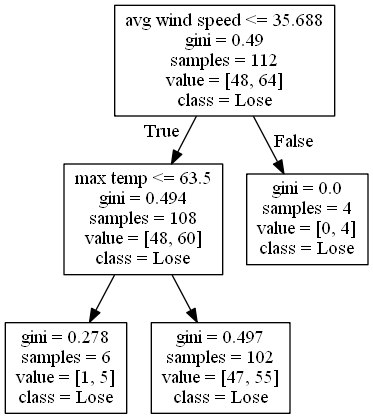
This is DecisionTrees/decision_tree_no_score_or_attendance_test_600.png from alexana-steck/CSE482Project, a Graphviz export, as it was before one commit. Its source is kept beside it as DecisionTrees/decision_tree_no_score_or_attendance_test_600.dot. Its diagram source:
```dot
digraph Tree {
node [shape=box] ;
0 [label="avg wind speed <= 35.688\ngini = 0.49\nsamples = 112\nvalue = [48, 64]\nclass = Lose"] ;
1 [label="max temp <= 63.5\ngini = 0.494\nsamples = 108\nvalue = [48, 60]\nclass = Lose"] ;
0 -> 1 [labeldistance=2.5, labelangle=45, headlabel="True"] ;
2 [label="gini = 0.278\nsamples = 6\nvalue = [1, 5]\nclass = Lose"] ;
1 -> 2 ;
3 [label="gini = 0.497\nsamples = 102\nvalue = [47, 55]\nclass = Lose"] ;
1 -> 3 ;
4 [label="gini = 0.0\nsamples = 4\nvalue = [0, 4]\nclass = Lose"] ;
0 -> 4 [labeldistance=2.5, labelangle=-45, headlabel="False"] ;
}
```
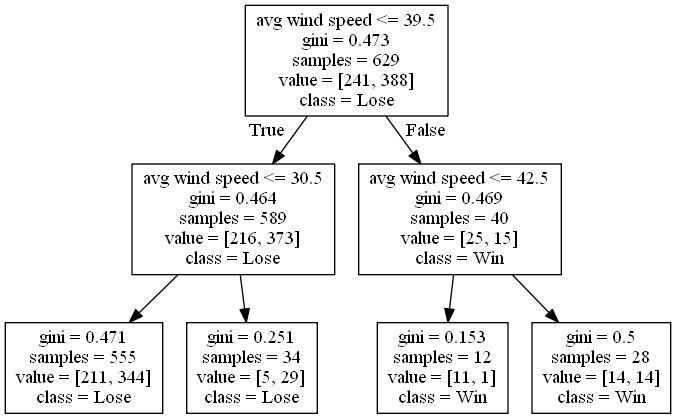
The same diagram one commit later.

Change to the diagram source:
```diff
@@ -1,12 +1,16 @@
 digraph Tree {
 node [shape=box] ;
-0 [label="avg wind speed <= 35.688\ngini = 0.49\nsamples = 112\nvalue = [48, 64]\nclass = Lose"] ;
-1 [label="max temp <= 63.5\ngini = 0.494\nsamples = 108\nvalue = [48, 60]\nclass = Lose"] ;
+0 [label="avg wind speed <= 39.5\ngini = 0.473\nsamples = 629\nvalue = [241, 388]\nclass = Lose"] ;
+1 [label="avg wind speed <= 30.5\ngini = 0.464\nsamples = 589\nvalue = [216, 373]\nclass = Lose"] ;
 0 -> 1 [labeldistance=2.5, labelangle=45, headlabel="True"] ;
-2 [label="gini = 0.278\nsamples = 6\nvalue = [1, 5]\nclass = Lose"] ;
+2 [label="gini = 0.471\nsamples = 555\nvalue = [211, 344]\nclass = Lose"] ;
 1 -> 2 ;
-3 [label="gini = 0.497\nsamples = 102\nvalue = [47, 55]\nclass = Lose"] ;
+3 [label="gini = 0.251\nsamples = 34\nvalue = [5, 29]\nclass = Lose"] ;
 1 -> 3 ;
-4 [label="gini = 0.0\nsamples = 4\nvalue = [0, 4]\nclass = Lose"] ;
+4 [label="avg wind speed <= 42.5\ngini = 0.469\nsamples = 40\nvalue = [25, 15]\nclass = Win"] ;
 0 -> 4 [labeldistance=2.5, labelangle=-45, headlabel="False"] ;
+5 [label="gini = 0.153\nsamples = 12\nvalue = [11, 1]\nclass = Win"] ;
+4 -> 5 ;
+6 [label="gini = 0.5\nsamples = 28\nvalue = [14, 14]\nclass = Win"] ;
+4 -> 6 ;
 }
```
